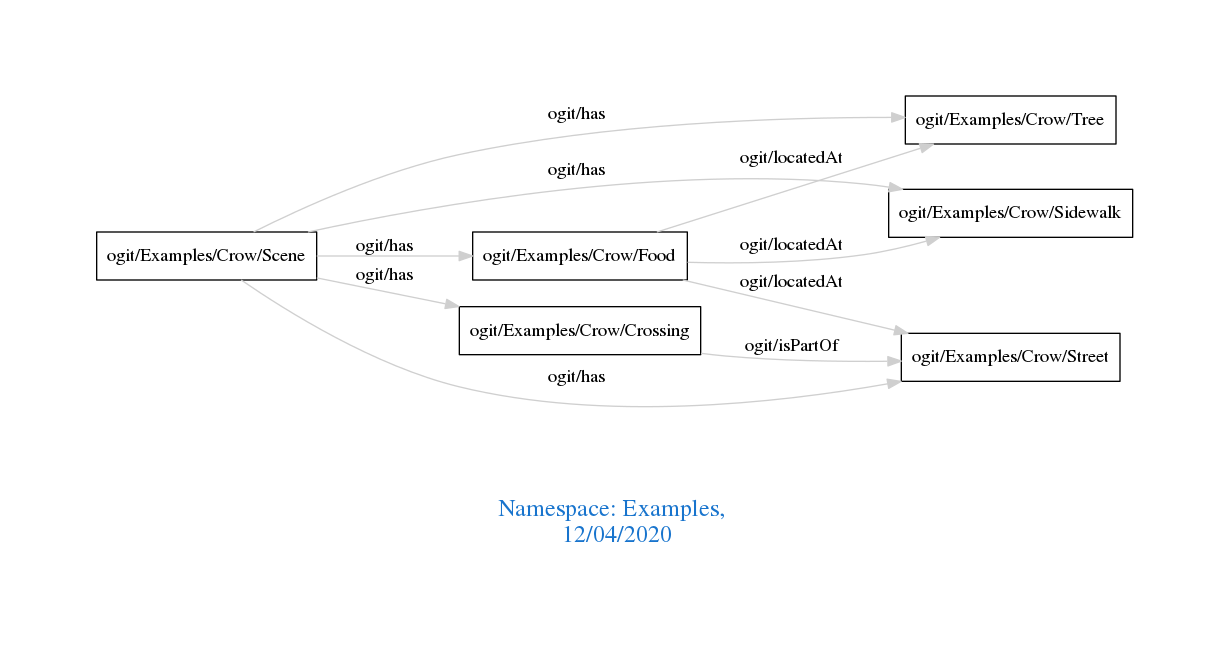
The Graphviz diagram downloads/Examples.png in arago/OGIT, before a commit. Its source is kept beside it as downloads/Examples.dot.
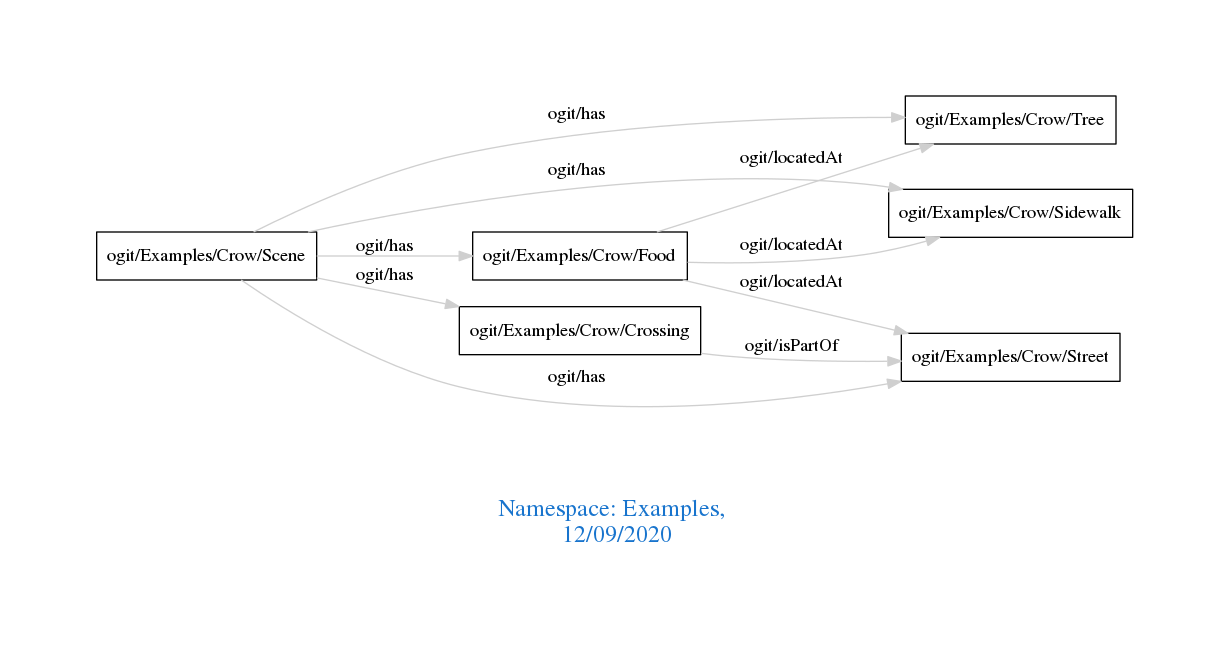
After the change.

The edit, as a diff of the source:
```diff
@@ -1,7 +1,7 @@
 digraph OGIT_ontology {
  graph [ rankdir= LR,pad=1
 fontsize = 18,
-fontcolor= dodgerblue3,label = "\n\n\nNamespace: Examples, \n 12/04/2020"];
+fontcolor= dodgerblue3,label = "\n\n\nNamespace: Examples, \n 12/09/2020"];
 node[shape=polygon];
 edge [  color="gray81"];
 
```
